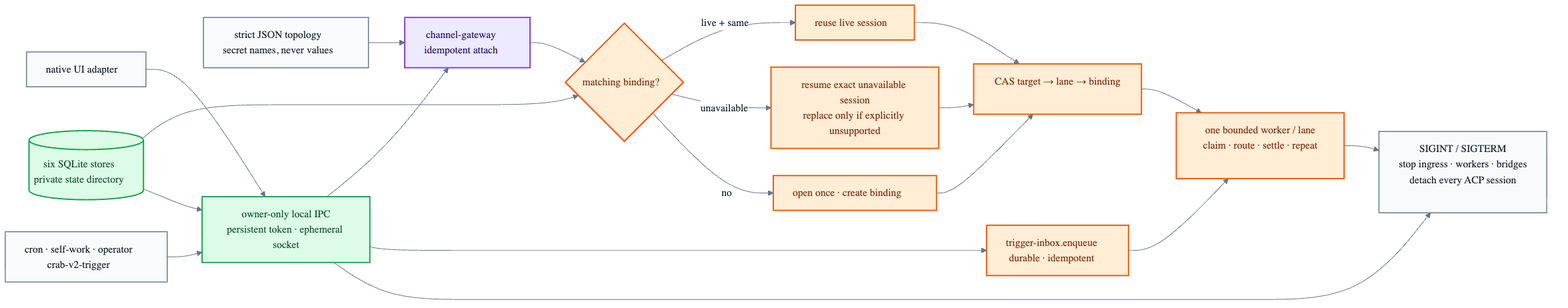
This is v2/docs/runtime-startup-flow.png from fontanierh/crab, a Mermaid export, as it was before one commit. Its source is kept beside it as v2/docs/runtime-startup-flow.mmd.
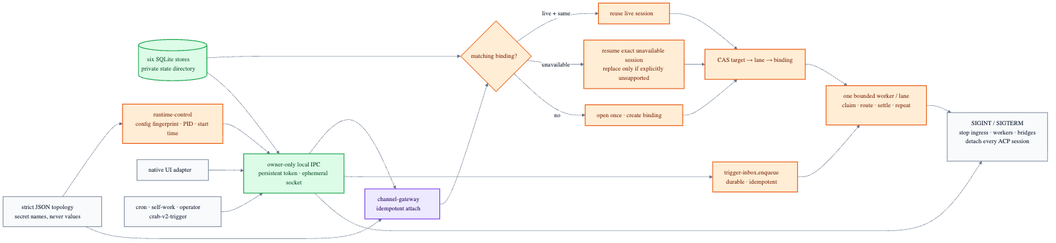
The same diagram one commit later.

The edit, as a diff of the source:
```diff
@@ -3,6 +3,7 @@
     CONFIG["strict JSON topology<br/>secret names, never values"]
     STATE[("six SQLite stores<br/>private state directory")]
     IPC["owner-only local IPC<br/>persistent token · ephemeral socket"]
+    ATTEST["runtime-control<br/>config fingerprint · PID · start time"]
     UI["native UI adapter"]
     TRIGGER["cron · self-work · operator<br/>crab-v2-trigger"]
     ATTACH["channel-gateway<br/>idempotent attach"]
@@ -15,6 +16,7 @@
     WORKER["one bounded worker / lane<br/>claim · route · settle · repeat"]
     SIGNAL["SIGINT / SIGTERM<br/>stop ingress · workers · bridges<br/>detach every ACP session"]
 
+    CONFIG --> ATTEST --> IPC
     CONFIG --> ATTACH
     UI --> IPC --> ATTACH
     TRIGGER --> IPC --> INBOX --> WORKER
@@ -37,5 +39,6 @@
     classDef runtime fill:#ffedd5,stroke:#ea580c,stroke-width:2px,color:#7c2d12;
     class CONFIG,UI,TRIGGER,SIGNAL config;
     class STATE,IPC durable;
+    class ATTEST runtime;
     class ATTACH agent;
     class RECOVER,REUSE,REBIND,BIND,ROUTE,INBOX,WORKER runtime;
```
